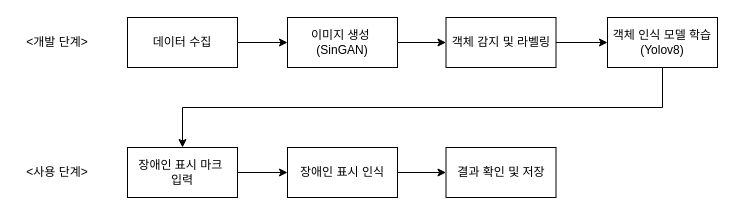
Earlier version of the draw.io diagram 제목 없는 다이어그램.drawio (shgusgh12/AI). Source tidied: cells renumbered, new cells numbered last; positions are measured from the earlier drawing's top-left corner, leaving out a move shared by most shapes. Both pictures are drawn from the tidied source at 100%, with x=0, y=0 at pixel (17, 17).
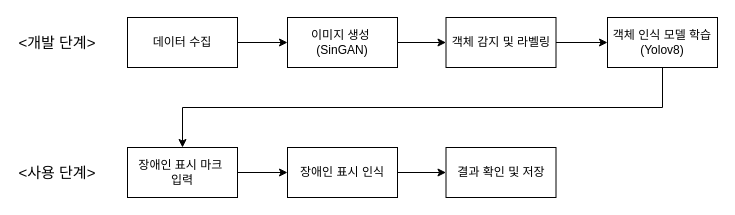
The same page after the edit.

Commit message (it also covers changes not shown here):
제목 없는 다이어그램.drawio 업데이트

Change to the diagram source:
```diff
@@
 <mxGraphModel>
   <root>
     <mxCell id="0" />
     <mxCell id="1" parent="0" />
     <mxCell id="2" style="edgeStyle=orthogonalEdgeStyle;rounded=0;jettySize=auto;html=1;" parent="1" edge="1" source="3" target="5">
       <mxGeometry relative="1" as="geometry" />
     </mxCell>
     <mxCell id="3" value="데이터 수집" style="html=1;whiteSpace=wrap;" parent="1" vertex="1">
       <mxGeometry x="110" width="110" height="50" as="geometry" />
     </mxCell>
     <mxCell id="4" style="edgeStyle=orthogonalEdgeStyle;rounded=0;jettySize=auto;html=1;entryX=0;entryY=0.5;entryDx=0;entryDy=0;" parent="1" edge="1" source="5" target="7">
       <mxGeometry relative="1" as="geometry" />
     </mxCell>
     <mxCell id="5" value="이미지 생성&amp;nbsp;&lt;br&gt;(SinGAN)" style="html=1;whiteSpace=wrap;" parent="1" vertex="1">
       <mxGeometry x="270" width="110" height="50" as="geometry" />
     </mxCell>
     <mxCell id="6" style="edgeStyle=orthogonalEdgeStyle;rounded=0;jettySize=auto;html=1;entryX=0;entryY=0.5;entryDx=0;entryDy=0;" parent="1" edge="1" source="7" target="9">
       <mxGeometry relative="1" as="geometry" />
     </mxCell>
     <mxCell id="7" value="객체 감지 및 라벨링" style="html=1;whiteSpace=wrap;" parent="1" vertex="1">
       <mxGeometry x="428.5" width="110" height="50" as="geometry" />
     </mxCell>
     <mxCell id="8" style="edgeStyle=orthogonalEdgeStyle;rounded=0;jettySize=auto;html=1;entryX=0.5;entryY=0;entryDx=0;entryDy=0;exitX=0.5;exitY=1;exitDx=0;exitDy=0;" parent="1" edge="1" source="9" target="11">
       <mxGeometry relative="1" as="geometry" />
     </mxCell>
     <mxCell id="9" value="객체 인식 모델 학습&lt;br&gt;(Yolov8)" style="html=1;whiteSpace=wrap;" parent="1" vertex="1">
       <mxGeometry x="590" width="110" height="50" as="geometry" />
     </mxCell>
     <mxCell id="10" style="edgeStyle=orthogonalEdgeStyle;rounded=0;jettySize=auto;html=1;entryX=0;entryY=0.5;entryDx=0;entryDy=0;" parent="1" edge="1" source="11" target="13">
       <mxGeometry relative="1" as="geometry" />
     </mxCell>
     <mxCell id="11" value="장애인 표시 마크&amp;nbsp;&lt;br&gt;입력" style="html=1;whiteSpace=wrap;" parent="1" vertex="1">
       <mxGeometry x="110" y="130" width="110" height="50" as="geometry" />
     </mxCell>
     <mxCell id="12" style="edgeStyle=orthogonalEdgeStyle;rounded=0;jettySize=auto;html=1;entryX=0;entryY=0.5;entryDx=0;entryDy=0;" parent="1" edge="1" source="13" target="14">
       <mxGeometry relative="1" as="geometry" />
     </mxCell>
     <mxCell id="13" value="장애인 표시 인식" style="html=1;whiteSpace=wrap;" parent="1" vertex="1">
       <mxGeometry x="270" y="130" width="110" height="50" as="geometry" />
     </mxCell>
     <mxCell id="14" value="결과 확인 및 저장" style="html=1;whiteSpace=wrap;" parent="1" vertex="1">
       <mxGeometry x="428.5" y="130" width="110" height="50" as="geometry" />
     </mxCell>
-    <mxCell id="15" value="&amp;lt;개발 단계&amp;gt;" style="text;html=1;strokeColor=none;fillColor=none;align=center;verticalAlign=middle;whiteSpace=wrap;rounded=0;" parent="1" vertex="1">
+    <mxCell id="15" value="&lt;font style=&quot;font-size: 15px;&quot;&gt;&amp;lt;개발 단계&amp;gt;&lt;/font&gt;" style="text;html=1;strokeColor=none;fillColor=none;align=center;verticalAlign=middle;whiteSpace=wrap;rounded=0;" parent="1" vertex="1">
       <mxGeometry y="10" width="80" height="30" as="geometry" />
     </mxCell>
     <mxCell id="16" style="edgeStyle=orthogonalEdgeStyle;rounded=0;orthogonalLoop=1;jettySize=auto;html=1;exitX=0.5;exitY=1;exitDx=0;exitDy=0;" parent="1" edge="1" source="15" target="15">
       <mxGeometry relative="1" as="geometry" />
     </mxCell>
-    <mxCell id="17" value="&amp;lt;사용 단계&amp;gt;" style="text;html=1;strokeColor=none;fillColor=none;align=center;verticalAlign=middle;whiteSpace=wrap;rounded=0;" parent="1" vertex="1">
+    <mxCell id="17" value="&lt;font style=&quot;font-size: 15px;&quot;&gt;&amp;lt;사용 단계&amp;gt;&lt;/font&gt;" style="text;html=1;strokeColor=none;fillColor=none;align=center;verticalAlign=middle;whiteSpace=wrap;rounded=0;" parent="1" vertex="1">
       <mxGeometry y="140" width="80" height="30" as="geometry" />
     </mxCell>
   </root>
 </mxGraphModel>
```
